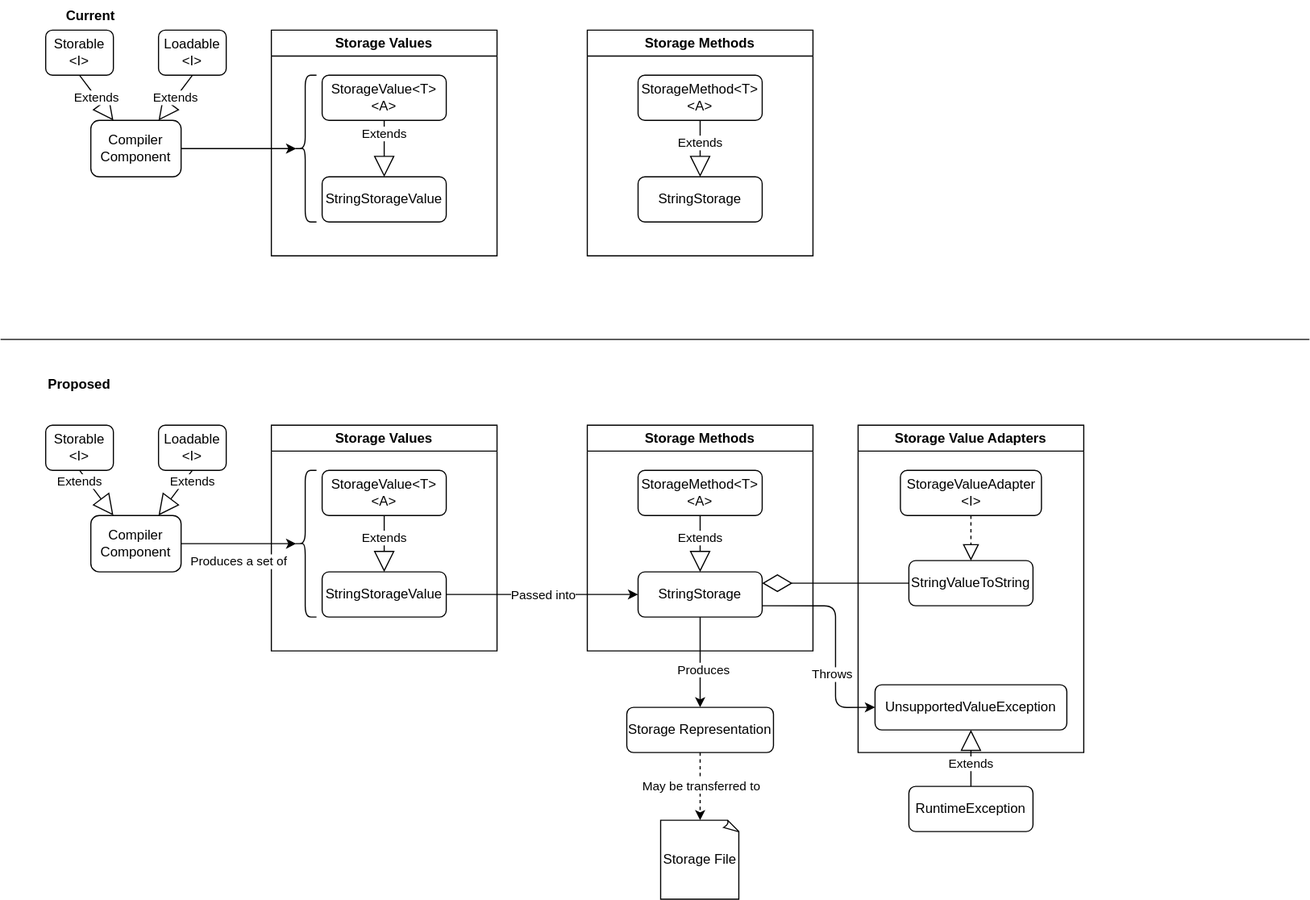
Earlier version of the draw.io export docs/diagrams/Storage.drawio.svg (warburec/GenCompilation). Source tidied: cells renumbered, new cells last; positions are measured from the earlier drawing's top-left corner, leaving out a move shared by most shapes.
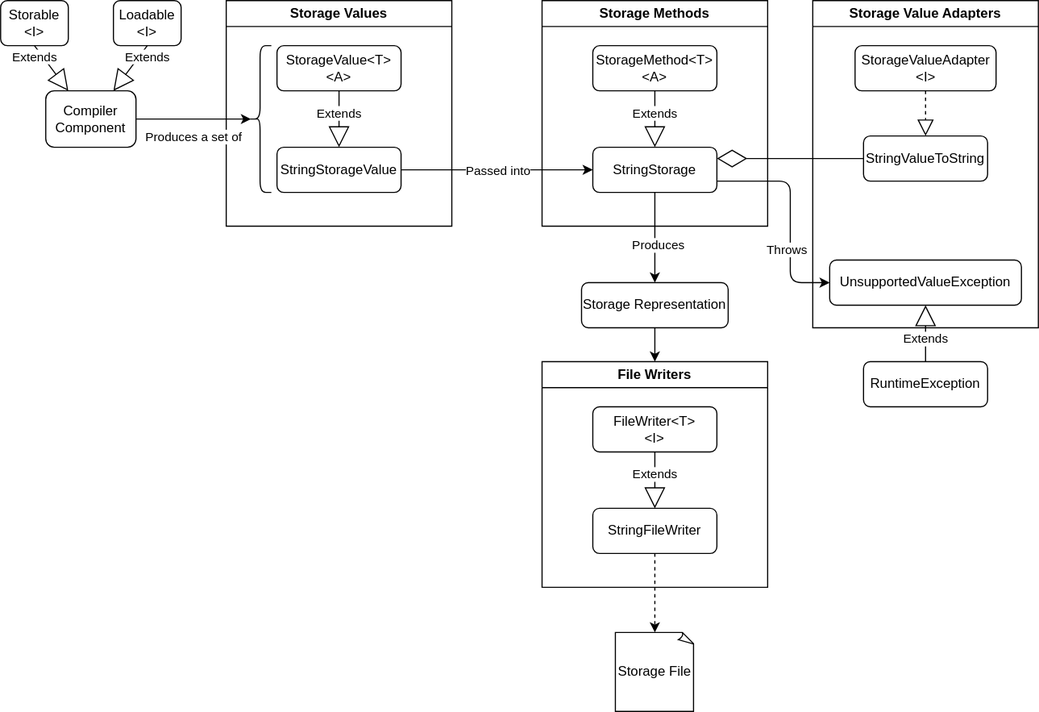
Above is the later version.

Commit message:
Storage architecture rework to add FileWriters

What changed in the source:
```diff
@@ -2,64 +2,6 @@
   <root>
     <mxCell id="0" />
     <mxCell id="1" parent="0" />
-    <mxCell id="2" value="Storable &amp;lt;I&amp;gt;" style="rounded=1;whiteSpace=wrap;html=1;" parent="1" vertex="1">
-      <mxGeometry x="40" y="26" width="60" height="40" as="geometry" />
-    </mxCell>
-    <mxCell id="3" value="Storage Values" style="swimlane;whiteSpace=wrap;html=1;" parent="1" vertex="1">
-      <mxGeometry x="240" y="26" width="200" height="200" as="geometry" />
-    </mxCell>
-    <mxCell id="4" value="StorageValue&amp;lt;T&amp;gt;&lt;br&gt;&amp;lt;A&amp;gt;" style="rounded=1;whiteSpace=wrap;html=1;" parent="3" vertex="1">
-      <mxGeometry x="45" y="40" width="110" height="40" as="geometry" />
-    </mxCell>
-    <mxCell id="5" value="StringStorageValue" style="rounded=1;whiteSpace=wrap;html=1;" parent="3" vertex="1">
-      <mxGeometry x="45" y="130" width="110" height="40" as="geometry" />
-    </mxCell>
-    <mxCell id="6" value="Extends" style="endArrow=block;endSize=16;endFill=0;html=1;exitX=0.5;exitY=1;exitDx=0;exitDy=0;entryX=0.5;entryY=0;entryDx=0;entryDy=0;" parent="3" edge="1" source="4" target="5">
-      <mxGeometry x="-0.5" relative="1" as="geometry">
-        <Array as="points">
-          <mxPoint x="100" y="100" />
-        </Array>
-      </mxGeometry>
-    </mxCell>
-    <mxCell id="7" style="shape=curlyBracket;whiteSpace=wrap;html=1;rounded=1;labelPosition=left;verticalLabelPosition=middle;align=right;verticalAlign=middle;size=0.5;" parent="3" vertex="1">
-      <mxGeometry x="20" y="40" width="20" height="130" as="geometry" />
-    </mxCell>
-    <mxCell id="8" value="Storage Methods" style="swimlane;whiteSpace=wrap;html=1;" parent="1" vertex="1">
-      <mxGeometry x="520" y="26" width="200" height="200" as="geometry" />
-    </mxCell>
-    <mxCell id="9" value="StorageMethod&amp;lt;T&amp;gt;&lt;br&gt;&amp;lt;A&amp;gt;" style="rounded=1;whiteSpace=wrap;html=1;" parent="8" vertex="1">
-      <mxGeometry x="45" y="40" width="110" height="40" as="geometry" />
-    </mxCell>
-    <mxCell id="10" value="StringStorage" style="rounded=1;whiteSpace=wrap;html=1;" parent="8" vertex="1">
-      <mxGeometry x="45" y="130" width="110" height="40" as="geometry" />
-    </mxCell>
-    <mxCell id="11" value="Extends" style="endArrow=block;endSize=16;endFill=0;html=1;exitX=0.5;exitY=1;exitDx=0;exitDy=0;entryX=0.5;entryY=0;entryDx=0;entryDy=0;" parent="8" edge="1" source="9" target="10">
-      <mxGeometry x="-0.2" relative="1" as="geometry" />
-    </mxCell>
-    <mxCell id="12" value="Loadable &amp;lt;I&amp;gt;" style="rounded=1;whiteSpace=wrap;html=1;" parent="1" vertex="1">
-      <mxGeometry x="140" y="26" width="60" height="40" as="geometry" />
-    </mxCell>
-    <mxCell id="13" style="edgeStyle=orthogonalEdgeStyle;html=1;exitX=1;exitY=0.5;exitDx=0;exitDy=0;entryX=0.1;entryY=0.5;entryDx=0;entryDy=0;entryPerimeter=0;" parent="1" edge="1" source="14" target="7">
-      <mxGeometry relative="1" as="geometry" />
-    </mxCell>
-    <mxCell id="14" value="Compiler Component" style="rounded=1;whiteSpace=wrap;html=1;" parent="1" vertex="1">
-      <mxGeometry x="80" y="106" width="80" height="50" as="geometry" />
-    </mxCell>
-    <mxCell id="15" value="Extends" style="endArrow=block;endSize=16;endFill=0;html=1;exitX=0.5;exitY=1;exitDx=0;exitDy=0;entryX=0.25;entryY=0;entryDx=0;entryDy=0;" parent="1" edge="1" source="2" target="14">
-      <mxGeometry relative="1" as="geometry" />
-    </mxCell>
-    <mxCell id="16" value="Extends" style="endArrow=block;endSize=16;endFill=0;html=1;entryX=0.75;entryY=0;entryDx=0;entryDy=0;exitX=0.5;exitY=1;exitDx=0;exitDy=0;" parent="1" edge="1" source="12" target="14">
-      <mxGeometry relative="1" as="geometry" />
-    </mxCell>
-    <mxCell id="17" style="line;strokeWidth=1;fillColor=none;align=left;verticalAlign=middle;spacingTop=-1;spacingLeft=3;spacingRight=3;labelPosition=right;strokeColor=inherit;" parent="1" vertex="1">
-      <mxGeometry y="296" width="1160" height="8" as="geometry" />
-    </mxCell>
-    <mxCell id="18" value="Proposed" style="text;align=center;fontStyle=1;verticalAlign=middle;spacingLeft=3;spacingRight=3;strokeColor=none;" parent="1" vertex="1">
-      <mxGeometry x="30" y="326" width="80" height="26" as="geometry" />
-    </mxCell>
-    <mxCell id="19" value="Current" style="text;align=center;fontStyle=1;verticalAlign=middle;spacingLeft=3;spacingRight=3;strokeColor=none;" parent="1" vertex="1">
-      <mxGeometry x="40" width="80" height="26" as="geometry" />
-    </mxCell>
     <mxCell id="20" value="Storable &amp;lt;I&amp;gt;" style="rounded=1;whiteSpace=wrap;html=1;" parent="1" vertex="1">
       <mxGeometry x="40" y="376" width="60" height="40" as="geometry" />
     </mxCell>
@@ -160,7 +102,7 @@
       </mxGeometry>
     </mxCell>
     <mxCell id="48" value="Storage File" style="whiteSpace=wrap;html=1;shape=mxgraph.basic.document;" parent="1" vertex="1">
-      <mxGeometry x="585" y="726" width="70" height="70" as="geometry" />
+      <mxGeometry x="585" y="936" width="70" height="70" as="geometry" />
     </mxCell>
     <mxCell id="49" style="edgeStyle=orthogonalEdgeStyle;html=1;exitX=0.5;exitY=1;exitDx=0;exitDy=0;entryX=0.5;entryY=0;entryDx=0;entryDy=0;" parent="1" edge="1" source="28" target="51">
       <mxGeometry relative="1" as="geometry" />
@@ -168,16 +110,30 @@
     <mxCell id="50" value="Produces" style="edgeLabel;html=1;align=center;verticalAlign=middle;" parent="49" vertex="1">
       <mxGeometry x="0.18" y="2" relative="1" as="geometry" />
     </mxCell>
+    <mxCell id="54" style="edgeStyle=none;html=1;exitX=0.5;exitY=1;exitDx=0;exitDy=0;entryX=0.5;entryY=0;entryDx=0;entryDy=0;" parent="1" edge="1" source="51" target="55">
+      <mxGeometry relative="1" as="geometry" />
+    </mxCell>
     <mxCell id="51" value="Storage Representation" style="rounded=1;whiteSpace=wrap;html=1;" parent="1" vertex="1">
       <mxGeometry x="555" y="626" width="130" height="40" as="geometry" />
     </mxCell>
-    <mxCell id="52" style="html=1;labelBackgroundColor=#ffffff;startArrow=none;startFill=0;startSize=6;endArrow=classic;endFill=1;endSize=6;jettySize=auto;strokeWidth=1;dashed=1;fontSize=14;exitX=0.5;exitY=1;exitDx=0;exitDy=0;entryX=0.5;entryY=0;entryDx=0;entryDy=0;entryPerimeter=0;" parent="1" edge="1" source="51" target="48">
-      <mxGeometry relative="1" as="geometry" />
-    </mxCell>
-    <mxCell id="53" value="May be transferred to" style="edgeLabel;html=1;align=center;verticalAlign=middle;" parent="52" vertex="1">
-      <mxGeometry x="-0.24" y="2" relative="1" as="geometry">
-        <mxPoint x="-2" y="7" as="offset" />
-      </mxGeometry>
-    </mxCell>
+    <mxCell id="55" value="File Writers" style="swimlane;whiteSpace=wrap;html=1;" parent="1" vertex="1">
+      <mxGeometry x="520" y="696" width="200" height="200" as="geometry" />
+    </mxCell>
+    <mxCell id="56" value="FileWriter&amp;lt;T&amp;gt;&lt;br&gt;&amp;lt;I&amp;gt;" style="rounded=1;whiteSpace=wrap;html=1;" parent="55" vertex="1">
+      <mxGeometry x="45" y="40" width="110" height="40" as="geometry" />
+    </mxCell>
+    <mxCell id="57" value="StringFileWriter" style="rounded=1;whiteSpace=wrap;html=1;" parent="55" vertex="1">
+      <mxGeometry x="45" y="130" width="110" height="40" as="geometry" />
+    </mxCell>
+    <mxCell id="58" value="Extends" style="endArrow=block;endSize=16;endFill=0;html=1;exitX=0.5;exitY=1;exitDx=0;exitDy=0;entryX=0.5;entryY=0;entryDx=0;entryDy=0;" parent="55" edge="1" source="56" target="57">
+      <mxGeometry x="-0.2" relative="1" as="geometry">
+        <Array as="points">
+          <mxPoint x="100" y="100" />
+        </Array>
+      </mxGeometry>
+    </mxCell>
+    <mxCell id="59" style="html=1;labelBackgroundColor=#ffffff;startArrow=none;startFill=0;startSize=6;endArrow=classic;endFill=1;endSize=6;jettySize=auto;strokeWidth=1;dashed=1;fontSize=14;entryX=0.5;entryY=0;entryDx=0;entryDy=0;entryPerimeter=0;exitX=0.5;exitY=1;exitDx=0;exitDy=0;" parent="1" edge="1" source="57" target="48">
+      <mxGeometry relative="1" as="geometry" />
+    </mxCell>
   </root>
 </mxGraphModel>
```
